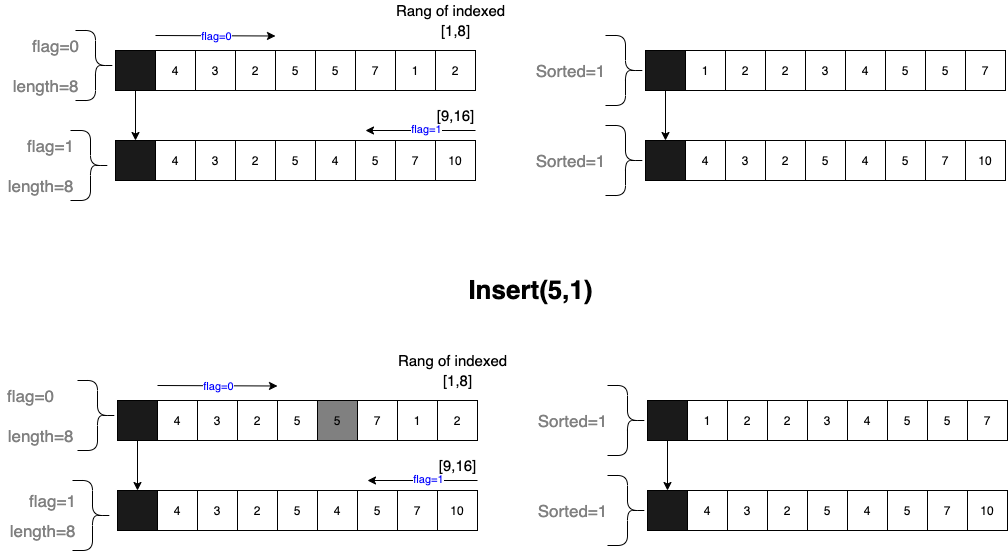
Earlier version of the draw.io export img/insert_ordered_insufficient_space.png (stevengogogo/DSA-KLeastElement). Source tidied: cells renumbered, new cells last; positions are measured from the earlier drawing's top-left corner, leaving out a move shared by most shapes.
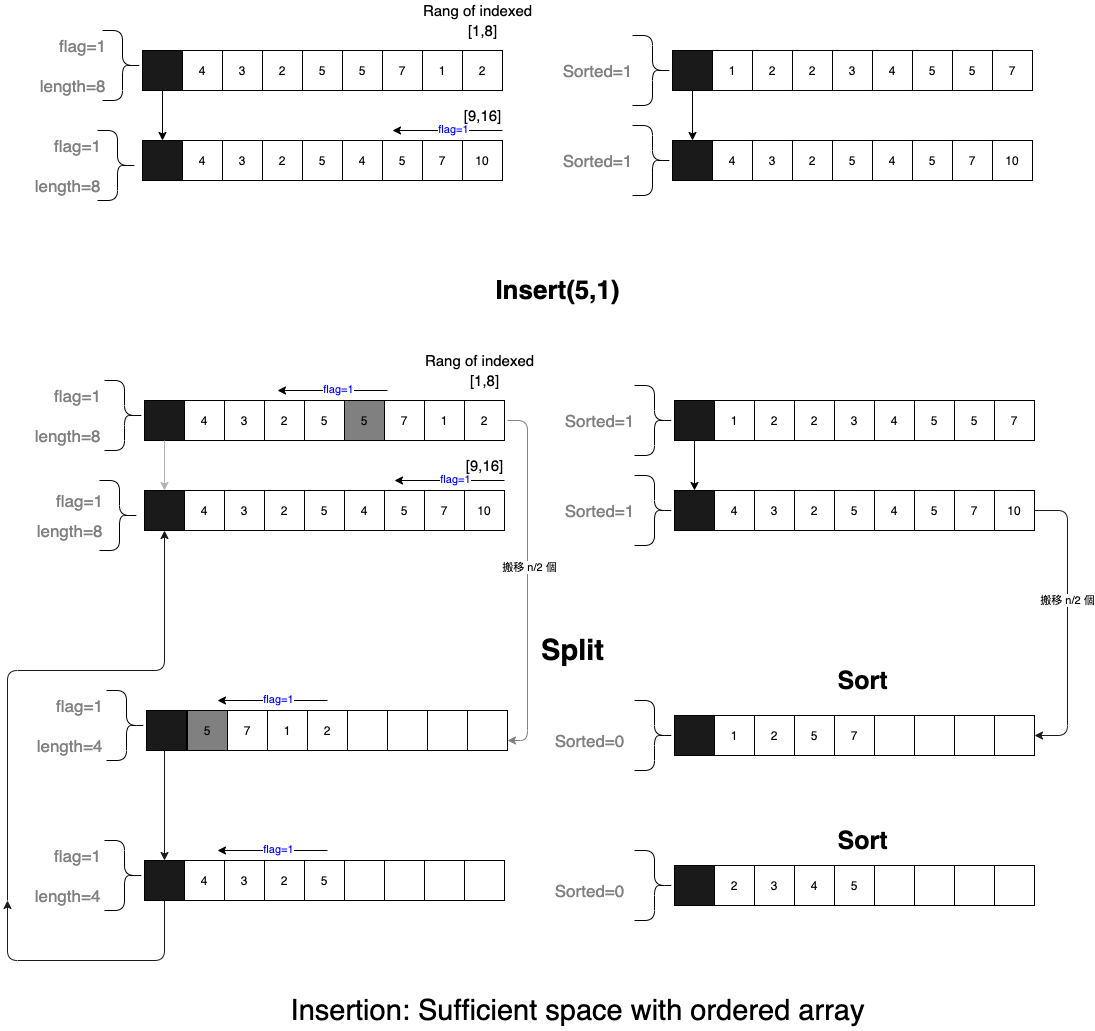
The same file after the commit.

Change to the diagram source:
```diff
@@ -104,7 +104,7 @@
     <mxCell id="35" style="shape=curlyBracket;whiteSpace=wrap;html=1;rounded=1;flipH=1;fontSize=17;fontColor=#0000FF;" parent="1" vertex="1">
       <mxGeometry x="75" y="30" width="40" height="70" as="geometry" />
     </mxCell>
-    <mxCell id="36" value="flag=0" style="text;html=1;align=center;verticalAlign=middle;strokeColor=none;fontSize=17;fontColor=#808080;" parent="1" vertex="1">
+    <mxCell id="36" value="flag=1" style="text;html=1;align=center;verticalAlign=middle;strokeColor=none;fontSize=17;fontColor=#808080;" parent="1" vertex="1">
       <mxGeometry x="25" y="30" width="60" height="30" as="geometry" />
     </mxCell>
     <mxCell id="37" style="whiteSpace=wrap;html=1;fillColor=#1A1A1A;" parent="1" vertex="1">
@@ -131,17 +131,6 @@
     <mxCell id="44" style="endArrow=classic;html=1;fontSize=17;fontColor=#0000FF;exitX=0.5;exitY=1;exitDx=0;exitDy=0;entryX=0.5;entryY=0;entryDx=0;entryDy=0;" parent="1" edge="1" source="43" target="42">
       <mxGeometry relative="1" as="geometry" />
     </mxCell>
-    <mxCell id="45" style="endArrow=classic;html=1;fontSize=17;fontColor=#808080;" parent="1" edge="1">
-      <mxGeometry relative="1" as="geometry">
-        <mxPoint x="155" y="35" as="sourcePoint" />
-        <mxPoint x="275" y="35.5" as="targetPoint" />
-      </mxGeometry>
-    </mxCell>
-    <mxCell id="46" value="flag=0" style="edgeLabel;html=1;align=center;verticalAlign=middle;fontSize=11;fontColor=#0000FF;" parent="45" vertex="1">
-      <mxGeometry x="0.28" y="1" relative="1" as="geometry">
-        <mxPoint x="-17" y="0.7" as="offset" />
-      </mxGeometry>
-    </mxCell>
     <mxCell id="47" style="endArrow=classic;html=1;fontSize=11;fontColor=#808080;" parent="1" edge="1">
       <mxGeometry relative="1" as="geometry">
         <mxPoint x="475" y="130" as="sourcePoint" />
@@ -286,8 +275,8 @@
     <mxCell id="93" style="shape=curlyBracket;whiteSpace=wrap;html=1;rounded=1;flipH=1;fontSize=17;fontColor=#0000FF;" parent="1" vertex="1">
       <mxGeometry x="77" y="380" width="40" height="70" as="geometry" />
     </mxCell>
-    <mxCell id="94" value="flag=0" style="text;html=1;align=center;verticalAlign=middle;strokeColor=none;fontSize=17;fontColor=#808080;" parent="1" vertex="1">
-      <mxGeometry y="380" width="60" height="30" as="geometry" />
+    <mxCell id="94" value="flag=1" style="text;html=1;align=center;verticalAlign=middle;strokeColor=none;fontSize=17;fontColor=#808080;" parent="1" vertex="1">
+      <mxGeometry x="20" y="380" width="60" height="30" as="geometry" />
     </mxCell>
     <mxCell id="95" style="whiteSpace=wrap;html=1;fillColor=#1A1A1A;" parent="1" vertex="1">
       <mxGeometry x="117" y="400" width="40" height="40" as="geometry" />
@@ -298,7 +287,7 @@
     <mxCell id="97" style="shape=curlyBracket;whiteSpace=wrap;html=1;rounded=1;flipH=1;fontSize=17;fontColor=#0000FF;" parent="1" vertex="1">
       <mxGeometry x="607" y="385" width="40" height="70" as="geometry" />
     </mxCell>
-    <mxCell id="98" style="endArrow=classic;html=1;fontSize=17;fontColor=#0000FF;exitX=0.5;exitY=1;exitDx=0;exitDy=0;" parent="1" edge="1" source="95" target="96">
+    <mxCell id="98" style="endArrow=classic;html=1;fontSize=17;fontColor=#0000FF;exitX=0.5;exitY=1;exitDx=0;exitDy=0;strokeColor=#B3B3B3;" parent="1" edge="1" source="95" target="96">
       <mxGeometry relative="1" as="geometry" />
     </mxCell>
     <mxCell id="99" style="whiteSpace=wrap;html=1;fillColor=#1A1A1A;" parent="1" vertex="1">
@@ -310,17 +299,6 @@
     <mxCell id="101" style="endArrow=classic;html=1;fontSize=17;fontColor=#0000FF;exitX=0.5;exitY=1;exitDx=0;exitDy=0;entryX=0.5;entryY=0;entryDx=0;entryDy=0;" parent="1" edge="1" source="100" target="99">
       <mxGeometry relative="1" as="geometry" />
     </mxCell>
-    <mxCell id="102" style="endArrow=classic;html=1;fontSize=17;fontColor=#808080;" parent="1" edge="1">
-      <mxGeometry relative="1" as="geometry">
-        <mxPoint x="157" y="385" as="sourcePoint" />
-        <mxPoint x="277" y="385.5" as="targetPoint" />
-      </mxGeometry>
-    </mxCell>
-    <mxCell id="103" value="flag=0" style="edgeLabel;html=1;align=center;verticalAlign=middle;fontSize=11;fontColor=#0000FF;" parent="102" vertex="1">
-      <mxGeometry x="0.28" y="1" relative="1" as="geometry">
-        <mxPoint x="-17" y="0.7" as="offset" />
-      </mxGeometry>
-    </mxCell>
     <mxCell id="104" style="endArrow=classic;html=1;fontSize=11;fontColor=#808080;" parent="1" edge="1">
       <mxGeometry relative="1" as="geometry">
         <mxPoint x="477" y="480" as="sourcePoint" />
@@ -363,5 +341,227 @@
     <mxCell id="116" value="length=8" style="text;html=1;align=center;verticalAlign=middle;strokeColor=none;fontSize=17;fontColor=#808080;" parent="1" vertex="1">
       <mxGeometry y="420" width="80" height="30" as="geometry" />
     </mxCell>
+    <mxCell id="117" value="G" style="group;" parent="1" vertex="1">
+      <mxGeometry y="710" width="320" height="40" as="geometry" />
+    </mxCell>
+    <mxCell id="118" value="5" style="whiteSpace=wrap;html=1;fillColor=#808080;" parent="117" vertex="1">
+      <mxGeometry x="160" width="40" height="40" as="geometry" />
+    </mxCell>
+    <mxCell id="119" value="7" style="whiteSpace=wrap;html=1;" parent="117" vertex="1">
+      <mxGeometry x="200" width="40" height="40" as="geometry" />
+    </mxCell>
+    <mxCell id="120" value="1" style="whiteSpace=wrap;html=1;" parent="117" vertex="1">
+      <mxGeometry x="240" width="40" height="40" as="geometry" />
+    </mxCell>
+    <mxCell id="121" value="2" style="whiteSpace=wrap;html=1;" parent="117" vertex="1">
+      <mxGeometry x="280" width="40" height="40" as="geometry" />
+    </mxCell>
+    <mxCell id="122" style="shape=curlyBracket;whiteSpace=wrap;html=1;rounded=1;flipH=1;fontSize=17;fontColor=#0000FF;" parent="1" vertex="1">
+      <mxGeometry x="79" y="690" width="40" height="70" as="geometry" />
+    </mxCell>
+    <mxCell id="123" value="flag=1" style="text;html=1;align=center;verticalAlign=middle;strokeColor=none;fontSize=17;fontColor=#808080;" parent="1" vertex="1">
+      <mxGeometry x="22" y="690" width="60" height="30" as="geometry" />
+    </mxCell>
+    <mxCell id="124" style="whiteSpace=wrap;html=1;fillColor=#1A1A1A;" parent="1" vertex="1">
+      <mxGeometry x="119" y="710" width="40" height="40" as="geometry" />
+    </mxCell>
+    <mxCell id="125" value="length=4" style="text;html=1;align=center;verticalAlign=middle;strokeColor=none;fontSize=17;fontColor=#808080;" parent="1" vertex="1">
+      <mxGeometry x="2" y="730" width="80" height="30" as="geometry" />
+    </mxCell>
+    <mxCell id="126" style="shape=curlyBracket;whiteSpace=wrap;html=1;rounded=1;flipH=1;fontSize=17;fontColor=#0000FF;" parent="1" vertex="1">
+      <mxGeometry x="77" y="840" width="40" height="70" as="geometry" />
+    </mxCell>
+    <mxCell id="127" value="flag=1" style="text;html=1;align=center;verticalAlign=middle;strokeColor=none;fontSize=17;fontColor=#808080;" parent="1" vertex="1">
+      <mxGeometry x="20" y="840" width="60" height="30" as="geometry" />
+    </mxCell>
+    <mxCell id="128" style="whiteSpace=wrap;html=1;fillColor=#1A1A1A;" parent="1" vertex="1">
+      <mxGeometry x="117" y="860" width="40" height="40" as="geometry" />
+    </mxCell>
+    <mxCell id="129" value="length=4" style="text;html=1;align=center;verticalAlign=middle;strokeColor=none;fontSize=17;fontColor=#808080;" parent="1" vertex="1">
+      <mxGeometry y="880" width="80" height="30" as="geometry" />
+    </mxCell>
+    <mxCell id="130" style="endArrow=classic;html=1;fontSize=11;fontColor=#808080;" parent="1" edge="1">
+      <mxGeometry relative="1" as="geometry">
+        <mxPoint x="360" y="390" as="sourcePoint" />
+        <mxPoint x="250" y="390" as="targetPoint" />
+      </mxGeometry>
+    </mxCell>
+    <mxCell id="131" value="flag=1" style="edgeLabel;html=1;align=center;verticalAlign=middle;fontSize=11;fontColor=#0000FF;" parent="130" vertex="1">
+      <mxGeometry x="-0.11" y="-2" relative="1" as="geometry" />
+    </mxCell>
+    <mxCell id="132" style="endArrow=classic;html=1;fontSize=11;fontColor=#808080;" parent="1" edge="1">
+      <mxGeometry relative="1" as="geometry">
+        <mxPoint x="300" y="700" as="sourcePoint" />
+        <mxPoint x="190" y="700" as="targetPoint" />
+      </mxGeometry>
+    </mxCell>
+    <mxCell id="133" value="flag=1" style="edgeLabel;html=1;align=center;verticalAlign=middle;fontSize=11;fontColor=#0000FF;" parent="132" vertex="1">
+      <mxGeometry x="-0.11" y="-2" relative="1" as="geometry" />
+    </mxCell>
+    <mxCell id="134" value="4" style="whiteSpace=wrap;html=1;" parent="1" vertex="1">
+      <mxGeometry x="157" y="860" width="40" height="40" as="geometry" />
+    </mxCell>
+    <mxCell id="135" value="3" style="whiteSpace=wrap;html=1;" parent="1" vertex="1">
+      <mxGeometry x="197" y="860" width="40" height="40" as="geometry" />
+    </mxCell>
+    <mxCell id="136" value="2" style="whiteSpace=wrap;html=1;" parent="1" vertex="1">
+      <mxGeometry x="237" y="860" width="40" height="40" as="geometry" />
+    </mxCell>
+    <mxCell id="137" value="5" style="whiteSpace=wrap;html=1;" parent="1" vertex="1">
+      <mxGeometry x="277" y="860" width="40" height="40" as="geometry" />
+    </mxCell>
+    <mxCell id="138" style="whiteSpace=wrap;html=1;" parent="1" vertex="1">
+      <mxGeometry x="320" y="710" width="40" height="40" as="geometry" />
+    </mxCell>
+    <mxCell id="139" style="whiteSpace=wrap;html=1;" parent="1" vertex="1">
+      <mxGeometry x="360" y="710" width="40" height="40" as="geometry" />
+    </mxCell>
+    <mxCell id="140" style="whiteSpace=wrap;html=1;" parent="1" vertex="1">
+      <mxGeometry x="400" y="710" width="40" height="40" as="geometry" />
+    </mxCell>
+    <mxCell id="141" style="whiteSpace=wrap;html=1;" parent="1" vertex="1">
+      <mxGeometry x="440" y="710" width="40" height="40" as="geometry" />
+    </mxCell>
+    <mxCell id="142" style="whiteSpace=wrap;html=1;" parent="1" vertex="1">
+      <mxGeometry x="317" y="860" width="40" height="40" as="geometry" />
+    </mxCell>
+    <mxCell id="143" style="whiteSpace=wrap;html=1;" parent="1" vertex="1">
+      <mxGeometry x="357" y="860" width="40" height="40" as="geometry" />
+    </mxCell>
+    <mxCell id="144" style="whiteSpace=wrap;html=1;" parent="1" vertex="1">
+      <mxGeometry x="397" y="860" width="40" height="40" as="geometry" />
+    </mxCell>
+    <mxCell id="145" style="whiteSpace=wrap;html=1;" parent="1" vertex="1">
+      <mxGeometry x="437" y="860" width="40" height="40" as="geometry" />
+    </mxCell>
+    <mxCell id="146" style="edgeStyle=elbowEdgeStyle;elbow=horizontal;endArrow=classic;html=1;entryX=1;entryY=0.75;entryDx=0;entryDy=0;fontColor=#CCCCCC;strokeColor=#808080;" parent="1" edge="1" target="141">
+      <mxGeometry relative="1" as="geometry">
+        <mxPoint x="480" y="420" as="sourcePoint" />
+        <Array as="points">
+          <mxPoint x="500" y="580" />
+        </Array>
+      </mxGeometry>
+    </mxCell>
+    <mxCell id="147" value="搬移 n/2 個" style="edgeLabel;html=1;align=center;verticalAlign=middle;fontColor=#000000;" parent="146" vertex="1">
+      <mxGeometry x="-0.07" y="1" relative="1" as="geometry" />
+    </mxCell>
+    <mxCell id="148" style="endArrow=classic;html=1;fontColor=#000000;entryX=0.5;entryY=0;entryDx=0;entryDy=0;strokeColor=#1A1A1A;" parent="1" edge="1" target="128">
+      <mxGeometry relative="1" as="geometry">
+        <mxPoint x="137" y="750" as="sourcePoint" />
+      </mxGeometry>
+    </mxCell>
+    <mxCell id="149" style="endArrow=classic;html=1;fontSize=11;fontColor=#808080;" parent="1" edge="1">
+      <mxGeometry relative="1" as="geometry">
+        <mxPoint x="300" y="850" as="sourcePoint" />
+        <mxPoint x="190" y="850" as="targetPoint" />
+      </mxGeometry>
+    </mxCell>
+    <mxCell id="150" value="flag=1" style="edgeLabel;html=1;align=center;verticalAlign=middle;fontSize=11;fontColor=#0000FF;" parent="149" vertex="1">
+      <mxGeometry x="-0.11" y="-2" relative="1" as="geometry" />
+    </mxCell>
+    <mxCell id="151" value="1" style="whiteSpace=wrap;html=1;" parent="1" vertex="1">
+      <mxGeometry x="687" y="715" width="40" height="40" as="geometry" />
+    </mxCell>
+    <mxCell id="152" value="2" style="whiteSpace=wrap;html=1;" parent="1" vertex="1">
+      <mxGeometry x="727" y="715" width="40" height="40" as="geometry" />
+    </mxCell>
+    <mxCell id="153" value="5" style="whiteSpace=wrap;html=1;" parent="1" vertex="1">
+      <mxGeometry x="767" y="715" width="40" height="40" as="geometry" />
+    </mxCell>
+    <mxCell id="154" value="7" style="whiteSpace=wrap;html=1;" parent="1" vertex="1">
+      <mxGeometry x="807" y="715" width="40" height="40" as="geometry" />
+    </mxCell>
+    <mxCell id="155" style="whiteSpace=wrap;html=1;" parent="1" vertex="1">
+      <mxGeometry x="847" y="715" width="40" height="40" as="geometry" />
+    </mxCell>
+    <mxCell id="156" style="whiteSpace=wrap;html=1;" parent="1" vertex="1">
+      <mxGeometry x="887" y="715" width="40" height="40" as="geometry" />
+    </mxCell>
+    <mxCell id="157" style="whiteSpace=wrap;html=1;fillColor=#FFFFFF;" parent="1" vertex="1">
+      <mxGeometry x="927" y="715" width="40" height="40" as="geometry" />
+    </mxCell>
+    <mxCell id="158" style="whiteSpace=wrap;html=1;fillColor=#1A1A1A;" parent="1" vertex="1">
+      <mxGeometry x="647" y="715" width="40" height="40" as="geometry" />
+    </mxCell>
+    <mxCell id="159" value="Sorted=0" style="text;html=1;align=center;verticalAlign=middle;strokeColor=none;fontSize=17;fontColor=#808080;" parent="1" vertex="1">
+      <mxGeometry x="517" y="725" width="90" height="30" as="geometry" />
+    </mxCell>
+    <mxCell id="160" style="shape=curlyBracket;whiteSpace=wrap;html=1;rounded=1;flipH=1;fontSize=17;fontColor=#0000FF;" parent="1" vertex="1">
+      <mxGeometry x="607" y="700" width="40" height="70" as="geometry" />
+    </mxCell>
+    <mxCell id="161" style="whiteSpace=wrap;html=1;" parent="1" vertex="1">
+      <mxGeometry x="967" y="715" width="40" height="40" as="geometry" />
+    </mxCell>
+    <mxCell id="162" value="2" style="whiteSpace=wrap;html=1;" parent="1" vertex="1">
+      <mxGeometry x="687" y="865" width="40" height="40" as="geometry" />
+    </mxCell>
+    <mxCell id="163" value="3" style="whiteSpace=wrap;html=1;" parent="1" vertex="1">
+      <mxGeometry x="727" y="865" width="40" height="40" as="geometry" />
+    </mxCell>
+    <mxCell id="164" value="4" style="whiteSpace=wrap;html=1;" parent="1" vertex="1">
+      <mxGeometry x="767" y="865" width="40" height="40" as="geometry" />
+    </mxCell>
+    <mxCell id="165" value="5" style="whiteSpace=wrap;html=1;" parent="1" vertex="1">
+      <mxGeometry x="807" y="865" width="40" height="40" as="geometry" />
+    </mxCell>
+    <mxCell id="166" style="whiteSpace=wrap;html=1;" parent="1" vertex="1">
+      <mxGeometry x="847" y="865" width="40" height="40" as="geometry" />
+    </mxCell>
+    <mxCell id="167" style="whiteSpace=wrap;html=1;" parent="1" vertex="1">
+      <mxGeometry x="887" y="865" width="40" height="40" as="geometry" />
+    </mxCell>
+    <mxCell id="168" style="whiteSpace=wrap;html=1;fillColor=#FFFFFF;" parent="1" vertex="1">
+      <mxGeometry x="927" y="865" width="40" height="40" as="geometry" />
+    </mxCell>
+    <mxCell id="169" style="whiteSpace=wrap;html=1;fillColor=#1A1A1A;" parent="1" vertex="1">
+      <mxGeometry x="647" y="865" width="40" height="40" as="geometry" />
+    </mxCell>
+    <mxCell id="170" value="Sorted=0" style="text;html=1;align=center;verticalAlign=middle;strokeColor=none;fontSize=17;fontColor=#808080;" parent="1" vertex="1">
+      <mxGeometry x="517" y="875" width="90" height="30" as="geometry" />
+    </mxCell>
+    <mxCell id="171" style="shape=curlyBracket;whiteSpace=wrap;html=1;rounded=1;flipH=1;fontSize=17;fontColor=#0000FF;" parent="1" vertex="1">
+      <mxGeometry x="607" y="850" width="40" height="70" as="geometry" />
+    </mxCell>
+    <mxCell id="172" style="whiteSpace=wrap;html=1;" parent="1" vertex="1">
+      <mxGeometry x="967" y="865" width="40" height="40" as="geometry" />
+    </mxCell>
+    <mxCell id="173" style="edgeStyle=elbowEdgeStyle;elbow=vertical;endArrow=classic;html=1;strokeColor=#1A1A1A;fontColor=#000000;exitX=1;exitY=0.5;exitDx=0;exitDy=0;entryX=1;entryY=0.5;entryDx=0;entryDy=0;" parent="1" edge="1" source="109" target="161">
+      <mxGeometry relative="1" as="geometry">
+        <Array as="points">
+          <mxPoint x="1040" y="630" />
+        </Array>
+      </mxGeometry>
+    </mxCell>
+    <mxCell id="174" value="搬移 n/2 個" style="edgeLabel;html=1;align=center;verticalAlign=middle;fontColor=#000000;" parent="173" vertex="1">
+      <mxGeometry x="-0.16" y="-1" relative="1" as="geometry" />
+    </mxCell>
+    <mxCell id="175" value="Sort" style="text;html=1;align=center;verticalAlign=middle;strokeColor=none;fontColor=#000000;fontStyle=1;fontSize=25;" parent="1" vertex="1">
+      <mxGeometry x="800" y="660" width="70" height="40" as="geometry" />
+    </mxCell>
+    <mxCell id="176" value="Sort" style="text;html=1;align=center;verticalAlign=middle;strokeColor=none;fontColor=#000000;fontStyle=1;fontSize=25;" parent="1" vertex="1">
+      <mxGeometry x="800" y="820" width="70" height="40" as="geometry" />
+    </mxCell>
+    <mxCell id="177" value="Split" style="text;html=1;align=center;verticalAlign=middle;strokeColor=none;fontSize=29;fontColor=#000000;fontStyle=1;" parent="1" vertex="1">
+      <mxGeometry x="505" y="630" width="80" height="40" as="geometry" />
+    </mxCell>
+    <mxCell id="178" style="edgeStyle=elbowEdgeStyle;elbow=vertical;endArrow=classic;html=1;strokeColor=#1A1A1A;fontSize=29;fontColor=#000000;entryX=0.5;entryY=1;entryDx=0;entryDy=0;" parent="1" edge="1" target="96">
+      <mxGeometry relative="1" as="geometry">
+        <mxPoint x="-20" y="900" as="sourcePoint" />
+        <Array as="points">
+          <mxPoint x="-30" y="670" />
+        </Array>
+      </mxGeometry>
+    </mxCell>
+    <mxCell id="179" style="edgeStyle=elbowEdgeStyle;elbow=vertical;endArrow=classic;html=1;strokeColor=#1A1A1A;fontSize=29;fontColor=#000000;exitX=0.5;exitY=1;exitDx=0;exitDy=0;" parent="1" edge="1" source="128">
+      <mxGeometry relative="1" as="geometry">
+        <mxPoint x="-20" y="900" as="targetPoint" />
+        <Array as="points">
+          <mxPoint x="60" y="960" />
+        </Array>
+      </mxGeometry>
+    </mxCell>
+    <mxCell id="180" value="Insertion: Sufficient space with ordered array" style="text;html=1;align=center;verticalAlign=middle;strokeColor=none;fontSize=29;" parent="1" vertex="1">
+      <mxGeometry x="255" y="990" width="590" height="40" as="geometry" />
+    </mxCell>
   </root>
 </mxGraphModel>
```
